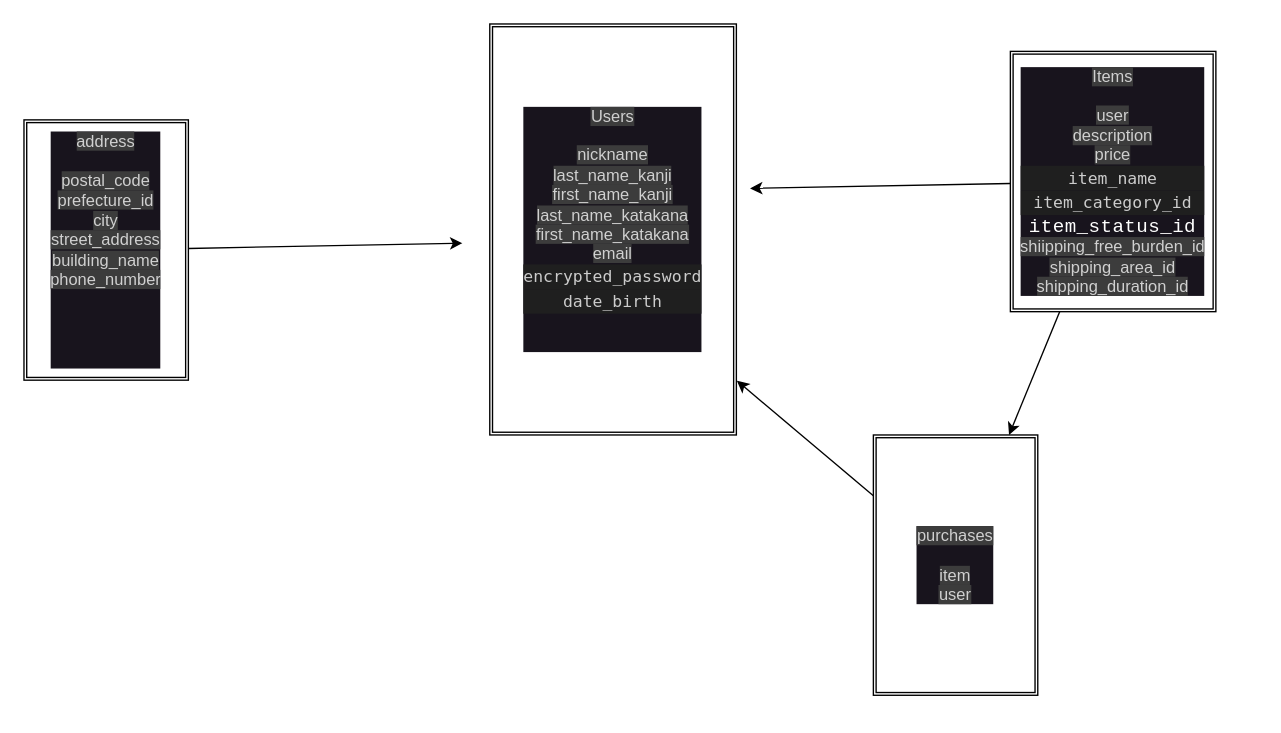
Earlier version of the draw.io diagram ER.dio (Ebisawa1016/furima-40312). Source tidied: cells renumbered, new cells numbered last; positions are measured from the earlier drawing's top-left corner, leaving out a move shared by most shapes. Both pictures are drawn from the tidied source at 137%, with x=0, y=0 at pixel (23, 23).
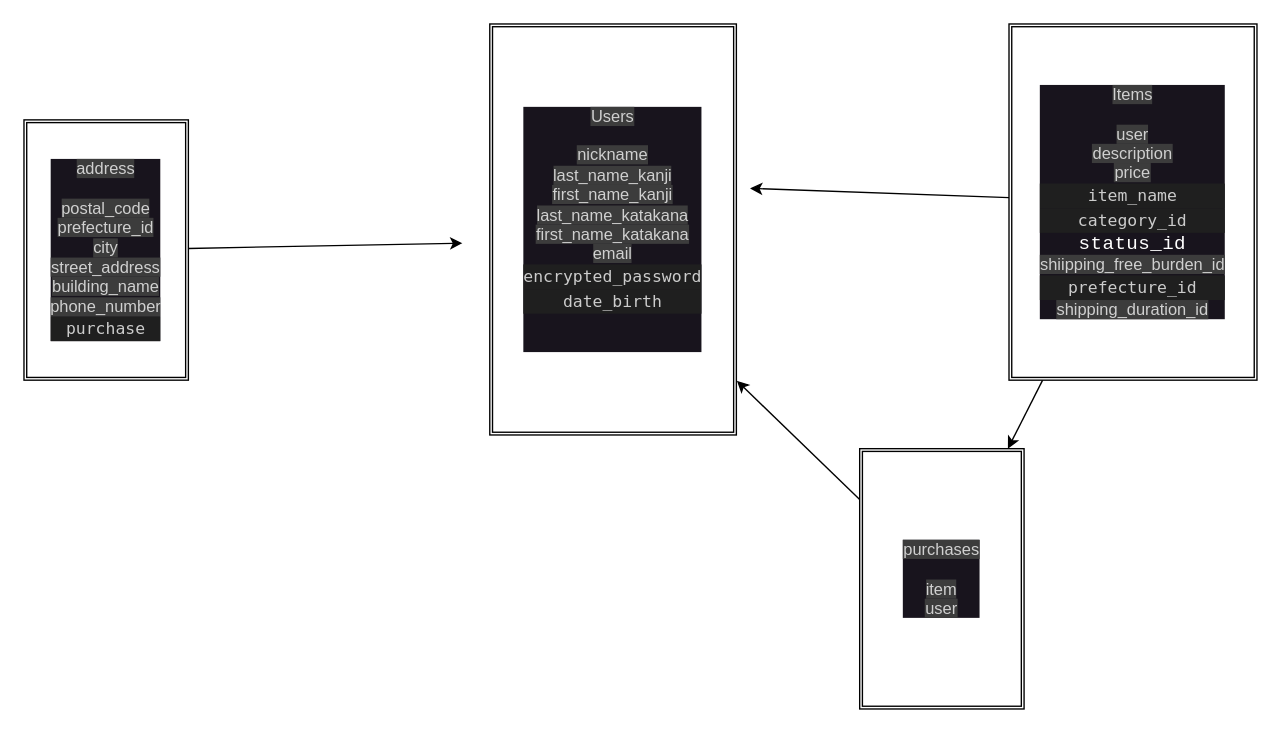
Above is the later version.

Commit message (it also covers changes not shown here):
カラムの追加とカラムの統一

addressにpurchaseカラムを追加

Diff of the diagram source:
```diff
@@
 <mxGraphModel>
   <root>
     <mxCell id="0" />
     <mxCell id="1" parent="0" />
     <mxCell id="2" value="&lt;font color=&quot;#d0d0d0&quot;&gt;&lt;span style=&quot;background-color: rgb(60, 60, 60);&quot;&gt;Users&lt;br&gt;&lt;br&gt;nickname&lt;br&gt;last_name_kanji&lt;br&gt;first_name_kanji&lt;br&gt;last_name_katakana&lt;br&gt;first_name_katakana&lt;br&gt;&lt;/span&gt;&lt;/font&gt;&lt;font color=&quot;#d0d0d0&quot;&gt;&lt;span style=&quot;background-color: rgb(60, 60, 60);&quot;&gt;email&lt;br&gt;&lt;/span&gt;&lt;/font&gt;&lt;div style=&quot;color: rgb(204, 204, 204); background-color: rgb(31, 31, 31); font-family: Menlo, Monaco, &amp;quot;Courier New&amp;quot;, monospace; line-height: 18px;&quot;&gt;encrypted_password&lt;/div&gt;&lt;div style=&quot;color: rgb(204, 204, 204); background-color: rgb(31, 31, 31); font-family: Menlo, Monaco, &amp;quot;Courier New&amp;quot;, monospace; line-height: 18px;&quot;&gt;&lt;div style=&quot;line-height: 18px;&quot;&gt;date_birth&lt;/div&gt;&lt;/div&gt;&lt;font color=&quot;#d0d0d0&quot;&gt;&lt;span style=&quot;background-color: rgb(60, 60, 60);&quot;&gt;&lt;br&gt;&lt;br&gt;&lt;/span&gt;&lt;/font&gt;" style="shape=ext;double=1;rounded=0;whiteSpace=wrap;html=1;labelBackgroundColor=#18141D;" parent="1" vertex="1">
       <mxGeometry x="340" width="180" height="300" as="geometry" />
     </mxCell>
     <mxCell id="3" style="edgeStyle=none;html=1;" parent="1" edge="1" source="5">
       <mxGeometry relative="1" as="geometry">
         <mxPoint x="530" y="120" as="targetPoint" />
       </mxGeometry>
     </mxCell>
     <mxCell id="4" style="edgeStyle=none;html=1;" parent="1" edge="1" source="5" target="9">
       <mxGeometry relative="1" as="geometry" />
     </mxCell>
-    <mxCell id="5" value="&lt;font color=&quot;#d0d0d0&quot;&gt;&lt;span style=&quot;background-color: rgb(60, 60, 60);&quot;&gt;Items&lt;br&gt;&lt;br&gt;user&lt;br&gt;description&lt;br&gt;price&lt;br&gt;&lt;/span&gt;&lt;/font&gt;&lt;div style=&quot;color: rgb(204, 204, 204); background-color: rgb(31, 31, 31); font-family: Menlo, Monaco, &amp;quot;Courier New&amp;quot;, monospace; line-height: 18px;&quot;&gt;item_name&lt;/div&gt;&lt;div style=&quot;color: rgb(204, 204, 204); background-color: rgb(31, 31, 31); font-family: Menlo, Monaco, &amp;quot;Courier New&amp;quot;, monospace; line-height: 18px;&quot;&gt;item_category_id&lt;/div&gt;&lt;span style=&quot;font-family: monospace; font-size: 14px; letter-spacing: 0.32px; text-align: left;&quot;&gt;&lt;font color=&quot;#ffffff&quot;&gt;item_status_id&lt;br&gt;&lt;/font&gt;&lt;/span&gt;&lt;font color=&quot;#d0d0d0&quot;&gt;&lt;span style=&quot;background-color: rgb(60, 60, 60);&quot;&gt;shiipping_free_burden_id&lt;br&gt;shipping_area_id&lt;br&gt;shipping_duration_id&lt;br&gt;&lt;/span&gt;&lt;/font&gt;" style="shape=ext;double=1;rounded=0;whiteSpace=wrap;html=1;labelBackgroundColor=#18141D;" parent="1" vertex="1">
-      <mxGeometry x="720" y="20" width="150" height="190" as="geometry" />
+    <mxCell id="5" value="&lt;font color=&quot;#d0d0d0&quot;&gt;&lt;span style=&quot;background-color: rgb(60, 60, 60);&quot;&gt;Items&lt;br&gt;&lt;br&gt;user&lt;br&gt;description&lt;br&gt;price&lt;br&gt;&lt;/span&gt;&lt;/font&gt;&lt;div style=&quot;color: rgb(204, 204, 204); background-color: rgb(31, 31, 31); font-family: Menlo, Monaco, &amp;quot;Courier New&amp;quot;, monospace; line-height: 18px;&quot;&gt;item_name&lt;/div&gt;&lt;div style=&quot;color: rgb(204, 204, 204); background-color: rgb(31, 31, 31); font-family: Menlo, Monaco, &amp;quot;Courier New&amp;quot;, monospace; line-height: 18px;&quot;&gt;category_id&lt;/div&gt;&lt;span style=&quot;font-family: monospace; font-size: 14px; letter-spacing: 0.32px; text-align: left;&quot;&gt;&lt;font color=&quot;#ffffff&quot;&gt;status_id&lt;br&gt;&lt;/font&gt;&lt;/span&gt;&lt;font color=&quot;#d0d0d0&quot;&gt;&lt;span style=&quot;background-color: rgb(60, 60, 60);&quot;&gt;shiipping_free_burden_id&lt;br&gt;&lt;/span&gt;&lt;/font&gt;&lt;div style=&quot;color: rgb(204, 204, 204); background-color: rgb(31, 31, 31); font-family: Menlo, Monaco, &amp;quot;Courier New&amp;quot;, monospace; line-height: 18px;&quot;&gt;prefecture_id&lt;/div&gt;&lt;font color=&quot;#d0d0d0&quot;&gt;&lt;span style=&quot;background-color: rgb(60, 60, 60);&quot;&gt;shipping_duration_id&lt;br&gt;&lt;/span&gt;&lt;/font&gt;" style="shape=ext;double=1;rounded=0;whiteSpace=wrap;html=1;labelBackgroundColor=#18141D;" parent="1" vertex="1">
+      <mxGeometry x="719" width="181" height="260" as="geometry" />
     </mxCell>
     <mxCell id="6" style="edgeStyle=none;html=1;" parent="1" edge="1" source="7">
       <mxGeometry relative="1" as="geometry">
         <mxPoint x="320" y="160" as="targetPoint" />
       </mxGeometry>
     </mxCell>
-    <mxCell id="7" value="&lt;font color=&quot;#d0d0d0&quot;&gt;&lt;span style=&quot;background-color: rgb(60, 60, 60);&quot;&gt;address&lt;br&gt;&lt;br&gt;postal_code&lt;br&gt;prefecture_id&lt;br&gt;city&lt;br&gt;street_address&lt;br&gt;building_name&lt;br&gt;phone_number&lt;br&gt;&lt;br&gt;&lt;br&gt;&lt;br&gt;&lt;br&gt;&lt;/span&gt;&lt;/font&gt;" style="shape=ext;double=1;rounded=0;whiteSpace=wrap;html=1;labelBackgroundColor=#18141D;" parent="1" vertex="1">
+    <mxCell id="7" value="&lt;font color=&quot;#d0d0d0&quot;&gt;&lt;span style=&quot;background-color: rgb(60, 60, 60);&quot;&gt;address&lt;br&gt;&lt;br&gt;postal_code&lt;br&gt;prefecture_id&lt;br&gt;city&lt;br&gt;street_address&lt;br&gt;building_name&lt;br&gt;phone_number&lt;br&gt;&lt;/span&gt;&lt;/font&gt;&lt;div style=&quot;color: rgb(204, 204, 204); background-color: rgb(31, 31, 31); font-family: Menlo, Monaco, &amp;quot;Courier New&amp;quot;, monospace; line-height: 18px;&quot;&gt;purchase&lt;/div&gt;" style="shape=ext;double=1;rounded=0;whiteSpace=wrap;html=1;labelBackgroundColor=#18141D;" parent="1" vertex="1">
       <mxGeometry y="70" width="120" height="190" as="geometry" />
     </mxCell>
     <mxCell id="8" style="edgeStyle=none;html=1;entryX=1.002;entryY=0.868;entryDx=0;entryDy=0;entryPerimeter=0;" parent="1" edge="1" source="9" target="2">
       <mxGeometry relative="1" as="geometry" />
     </mxCell>
     <mxCell id="9" value="&lt;font color=&quot;#d0d0d0&quot;&gt;&lt;span style=&quot;background-color: rgb(60, 60, 60);&quot;&gt;purchases&lt;br&gt;&lt;br&gt;item&lt;br&gt;user&lt;br&gt;&lt;/span&gt;&lt;/font&gt;" style="shape=ext;double=1;rounded=0;whiteSpace=wrap;html=1;labelBackgroundColor=#18141D;" parent="1" vertex="1">
-      <mxGeometry x="620" y="300" width="120" height="190" as="geometry" />
+      <mxGeometry x="610" y="310" width="120" height="190" as="geometry" />
     </mxCell>
   </root>
 </mxGraphModel>
```
